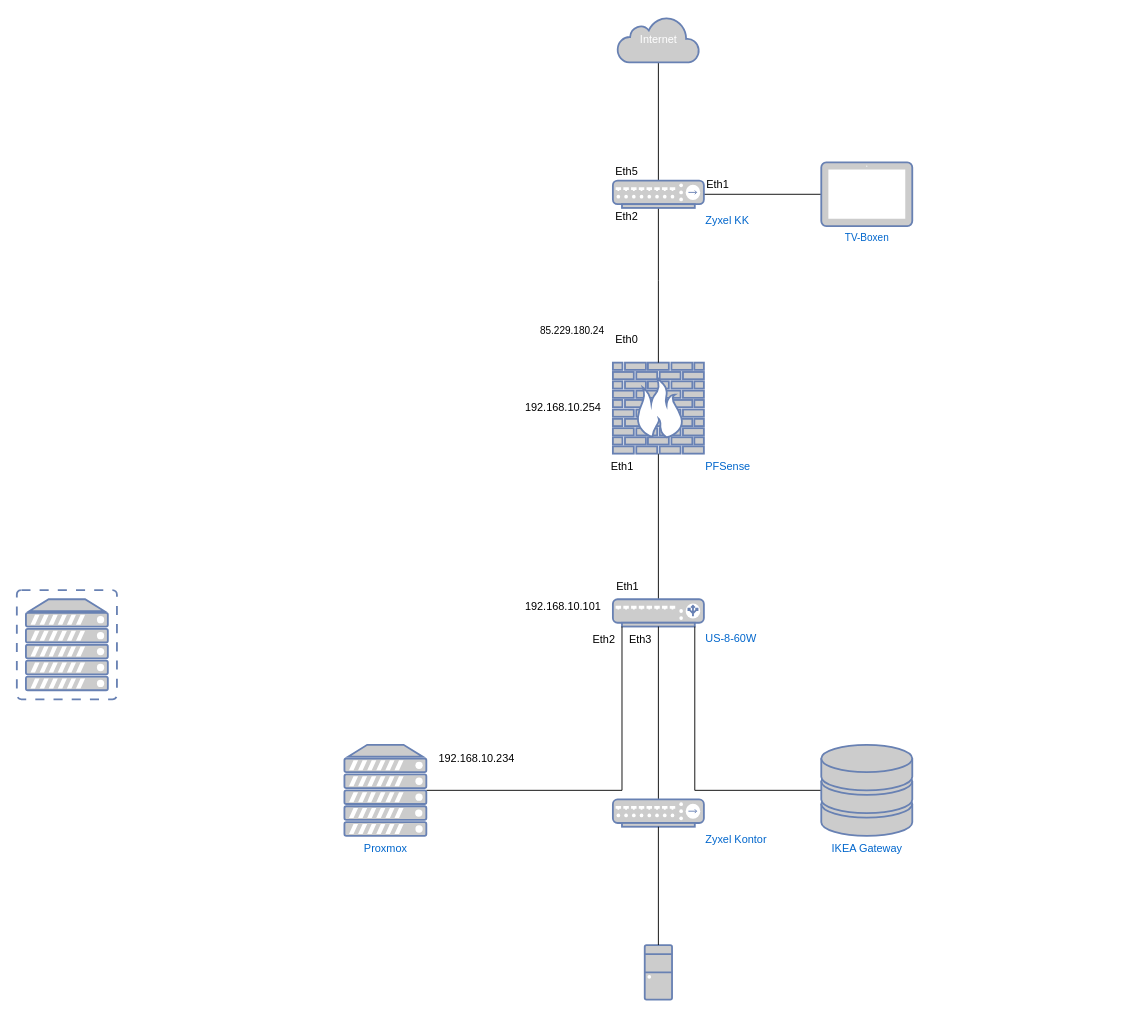
Before: Hemma.drawio in dustydale/Ansible, a draw.io diagram. Source tidied: cells renumbered, new cells numbered last; positions are measured from the earlier drawing's top-left corner, leaving out a move shared by most shapes. Both pictures are drawn from the tidied source at 91%, with x=0, y=0 at pixel (16, 16).
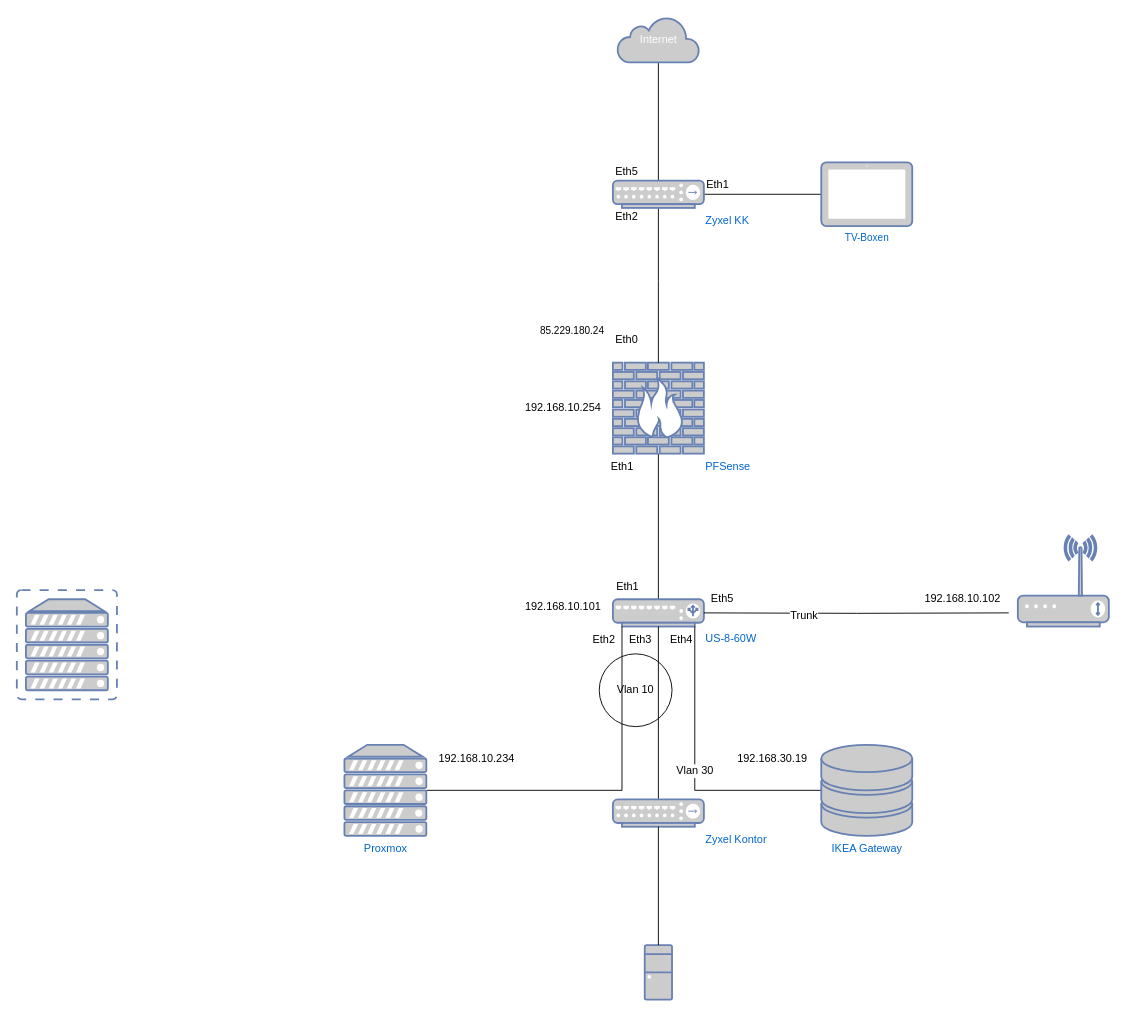
After the change.

The change refers to these unchanged cells:
```xml
<mxCell id="15" value="US-8-60W" style="fontColor=#0066CC;verticalAlign=top;verticalLabelPosition=bottom;labelPosition=right;align=left;html=1;outlineConnect=0;fillColor=#CCCCCC;strokeColor=#6881B3;gradientColor=none;gradientDirection=north;strokeWidth=2;shape=mxgraph.networks.load_balancer;fontSize=12;" parent="1" vertex="1">
  <mxGeometry x="655" y="640" width="100" height="30" as="geometry" />
</mxCell>
<mxCell id="28" value="&lt;div&gt;IKEA Gateway&lt;/div&gt;" style="fontColor=#0066CC;verticalAlign=top;verticalLabelPosition=bottom;labelPosition=center;align=center;html=1;outlineConnect=0;fillColor=#CCCCCC;strokeColor=#6881B3;gradientColor=none;gradientDirection=north;strokeWidth=2;shape=mxgraph.networks.storage;fontSize=12;" parent="1" vertex="1">
  <mxGeometry x="884" y="800" width="100" height="100" as="geometry" />
</mxCell>
```

What changed in the source:
```diff
@@
+    <mxCell id="30" value="Vlan 10" style="ellipse;whiteSpace=wrap;html=1;fontSize=12;" parent="1" vertex="1">
+      <mxGeometry x="640" y="700" width="80" height="80" as="geometry" />
+    </mxCell>
@@
-    <mxCell id="13" value="&lt;br/&gt;&lt;br/&gt;&#9;&#9;&lt;br/&gt;&#9;&#9;&#9;&#9;&#9;&#9;&#9;85.229.180.24&#9;&#9;&#9;&#9;&#9;&#9;&#9;&#9;&#9;" style="text;html=1;align=center;verticalAlign=middle;strokeColor=none;fillColor=none;fontSize=11;" parent="1" vertex="1">
+    <mxCell id="13" value="&lt;br/&gt;&lt;br/&gt;  &lt;br/&gt;       85.229.180.24         " style="text;html=1;align=center;verticalAlign=middle;strokeColor=none;fillColor=none;fontSize=11;" parent="1" vertex="1">
       <mxGeometry x="565" y="290" width="90" height="70" as="geometry" />
     </mxCell>
@@
-    <mxCell id="27" style="edgeStyle=orthogonalEdgeStyle;rounded=0;jettySize=auto;html=1;entryX=0.9;entryY=1;entryDx=0;entryDy=0;entryPerimeter=0;fontSize=12;endArrow=none;endFill=0;" parent="1" edge="1" source="28" target="15">
+    <mxCell id="27" value="Vlan 30" style="edgeStyle=orthogonalEdgeStyle;rounded=0;jettySize=auto;html=1;entryX=0.9;entryY=1;entryDx=0;entryDy=0;entryPerimeter=0;fontSize=12;endArrow=none;endFill=0;" parent="1" edge="1" source="28" target="15">
       <mxGeometry relative="1" as="geometry" />
     </mxCell>
@@
+    <mxCell id="31" value="&lt;span class=&quot;text__cVJGLfUT text-caption__cVJGLfUT text-light-secondary__cVJGLfUT text-weight-normal__cVJGLfUT&quot;&gt;192.168.30.19&lt;/span&gt;" style="text;html=1;align=center;verticalAlign=middle;strokeColor=none;fillColor=none;fontSize=12;" parent="1" vertex="1">
+      <mxGeometry x="780" y="800" width="100" height="30" as="geometry" />
+    </mxCell>
+    <mxCell id="32" style="edgeStyle=orthogonalEdgeStyle;rounded=0;jettySize=auto;html=1;entryX=1;entryY=0.5;entryDx=0;entryDy=0;entryPerimeter=0;fontSize=12;endArrow=none;endFill=0;" parent="1" edge="1" target="15">
+      <mxGeometry relative="1" as="geometry">
+        <mxPoint x="1090" y="655" as="sourcePoint" />
+      </mxGeometry>
+    </mxCell>
+    <mxCell id="33" value="Trunk" style="edgeLabel;html=1;align=center;verticalAlign=middle;fontSize=12;" parent="32" vertex="1">
+      <mxGeometry x="0.35" y="2" relative="1" as="geometry" />
+    </mxCell>
+    <mxCell id="34" style="fontColor=#0066CC;verticalAlign=top;verticalLabelPosition=bottom;labelPosition=center;align=center;html=1;fillColor=#CCCCCC;strokeColor=#6881B3;gradientColor=none;gradientDirection=north;strokeWidth=2;shape=mxgraph.networks.wireless_modem;fontSize=12;" parent="1" vertex="1">
+      <mxGeometry x="1100" y="570" width="100" height="100" as="geometry" />
+    </mxCell>
+    <mxCell id="35" value="Eth4" style="text;html=1;align=center;verticalAlign=middle;strokeColor=none;fillColor=none;fontSize=12;" parent="1" vertex="1">
+      <mxGeometry x="705" y="670" width="50" height="30" as="geometry" />
+    </mxCell>
+    <mxCell id="36" value="Eth5" style="text;html=1;align=center;verticalAlign=middle;strokeColor=none;fillColor=none;fontSize=12;" parent="1" vertex="1">
+      <mxGeometry x="750" y="625" width="50" height="30" as="geometry" />
+    </mxCell>
+    <mxCell id="37" value="&lt;span class=&quot;text__cVJGLfUT text-caption__cVJGLfUT text-light-secondary__cVJGLfUT text-weight-normal__cVJGLfUT&quot;&gt;192.168.10.102&lt;/span&gt;" style="text;html=1;align=center;verticalAlign=middle;strokeColor=none;fillColor=none;fontSize=12;" parent="1" vertex="1">
+      <mxGeometry x="984" y="625" width="110" height="30" as="geometry" />
+    </mxCell>
```
